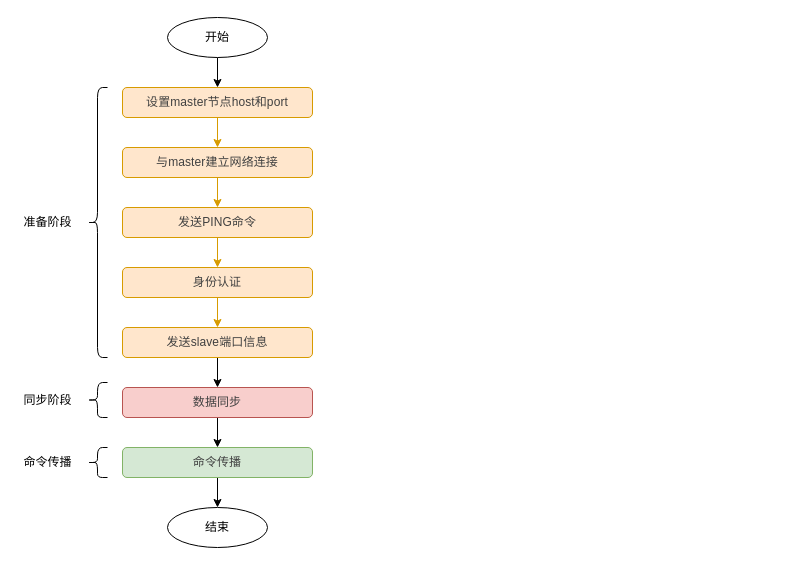
Above: page "Replication" (4 of 4) of Untitled Diagram.drawio in raysonxin/code-notes (draw.io), before the change. Source tidied: cells renumbered, new cells numbered last; positions are measured from the earlier drawing's top-left corner, leaving out a move shared by most shapes. Both pictures are drawn from the tidied source at 100%, with x=0, y=0 at pixel (17, 17).
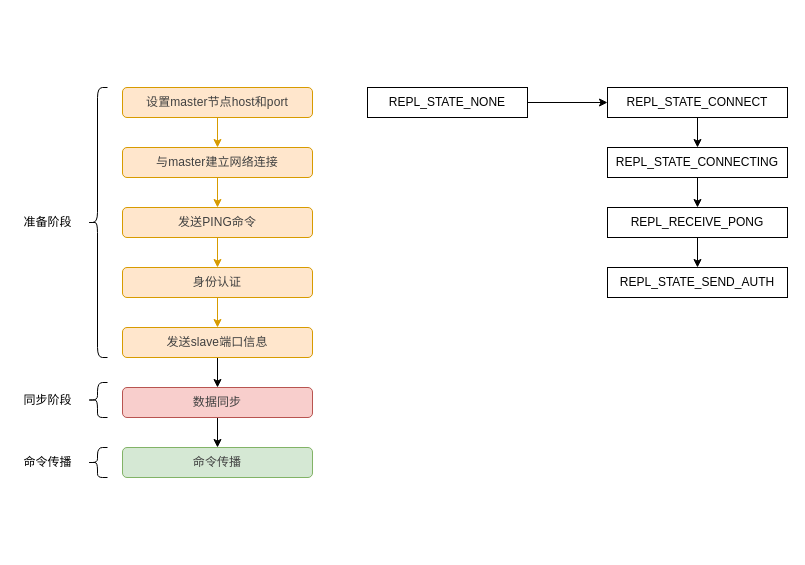
Above is the later version.

The change refers to these unchanged cells:
```xml
<mxCell id="5" value="&lt;span style=&quot;font-size: 12px; color: rgb(64, 64, 64); line-height: 1.74; letter-spacing: 0.008em; outline-style: none; overflow-wrap: break-word;&quot;&gt;设置master节点host和port&lt;/span&gt;" style="rounded=1;whiteSpace=wrap;html=1;fontSize=12;fillColor=#ffe6cc;strokeColor=#d79b00;" parent="1" vertex="1">
  <mxGeometry x="105" y="70" width="190" height="30" as="geometry" />
</mxCell>
<mxCell id="17" value="&lt;font color=&quot;#404040&quot;&gt;&lt;span style=&quot;letter-spacing: 0.096px&quot;&gt;命令传播&lt;/span&gt;&lt;/font&gt;" style="rounded=1;whiteSpace=wrap;html=1;fontSize=12;fillColor=#d5e8d4;strokeColor=#82b366;" parent="1" vertex="1">
  <mxGeometry x="105" y="430" width="190" height="30" as="geometry" />
</mxCell>
```

The edit, as a diff of the source:
```diff
@@
-    <mxCell id="2" style="edgeStyle=orthogonalEdgeStyle;rounded=0;jettySize=auto;html=1;exitX=0.5;exitY=1;exitDx=0;exitDy=0;entryX=0.5;entryY=0;entryDx=0;entryDy=0;fontSize=12;" parent="1" edge="1" source="3" target="5">
-      <mxGeometry relative="1" as="geometry" />
-    </mxCell>
-    <mxCell id="3" value="开始" style="ellipse;whiteSpace=wrap;html=1;" parent="1" vertex="1">
-      <mxGeometry x="150" width="100" height="40" as="geometry" />
-    </mxCell>
@@
-    <mxCell id="16" style="edgeStyle=orthogonalEdgeStyle;rounded=0;jettySize=auto;html=1;exitX=0.5;exitY=1;exitDx=0;exitDy=0;fontSize=12;" parent="1" edge="1" source="17" target="18">
-      <mxGeometry relative="1" as="geometry" />
-    </mxCell>
@@
-    <mxCell id="18" value="结束" style="ellipse;whiteSpace=wrap;html=1;" parent="1" vertex="1">
-      <mxGeometry x="150" y="490" width="100" height="40" as="geometry" />
-    </mxCell>
@@
+    <mxCell id="25" style="edgeStyle=orthogonalEdgeStyle;rounded=0;jettySize=auto;html=1;fontSize=12;" parent="1" edge="1" source="26" target="28">
+      <mxGeometry relative="1" as="geometry" />
+    </mxCell>
+    <mxCell id="26" value="REPL_STATE_NONE" style="rounded=0;whiteSpace=wrap;html=1;fontSize=12;" parent="1" vertex="1">
+      <mxGeometry x="350" y="70" width="160" height="30" as="geometry" />
+    </mxCell>
+    <mxCell id="27" style="edgeStyle=orthogonalEdgeStyle;rounded=0;jettySize=auto;html=1;fontSize=12;" parent="1" edge="1" source="28" target="30">
+      <mxGeometry relative="1" as="geometry" />
+    </mxCell>
+    <mxCell id="28" value="REPL_STATE_CONNECT" style="rounded=0;whiteSpace=wrap;html=1;fontSize=12;" parent="1" vertex="1">
+      <mxGeometry x="590" y="70" width="180" height="30" as="geometry" />
+    </mxCell>
+    <mxCell id="29" style="edgeStyle=orthogonalEdgeStyle;rounded=0;jettySize=auto;html=1;fontSize=12;" parent="1" edge="1" source="30" target="32">
+      <mxGeometry relative="1" as="geometry" />
+    </mxCell>
+    <mxCell id="30" value="REPL_STATE_CONNECTING" style="rounded=0;whiteSpace=wrap;html=1;fontSize=12;" parent="1" vertex="1">
+      <mxGeometry x="590" y="130" width="180" height="30" as="geometry" />
+    </mxCell>
+    <mxCell id="31" style="edgeStyle=orthogonalEdgeStyle;rounded=0;jettySize=auto;html=1;fontSize=12;" parent="1" edge="1" source="32" target="33">
+      <mxGeometry relative="1" as="geometry" />
+    </mxCell>
+    <mxCell id="32" value="REPL_RECEIVE_PONG" style="rounded=0;whiteSpace=wrap;html=1;fontSize=12;" parent="1" vertex="1">
+      <mxGeometry x="590" y="190" width="180" height="30" as="geometry" />
+    </mxCell>
+    <mxCell id="33" value="REPL_STATE_SEND_AUTH" style="rounded=0;whiteSpace=wrap;html=1;fontSize=12;" parent="1" vertex="1">
+      <mxGeometry x="590" y="250" width="180" height="30" as="geometry" />
+    </mxCell>
```
